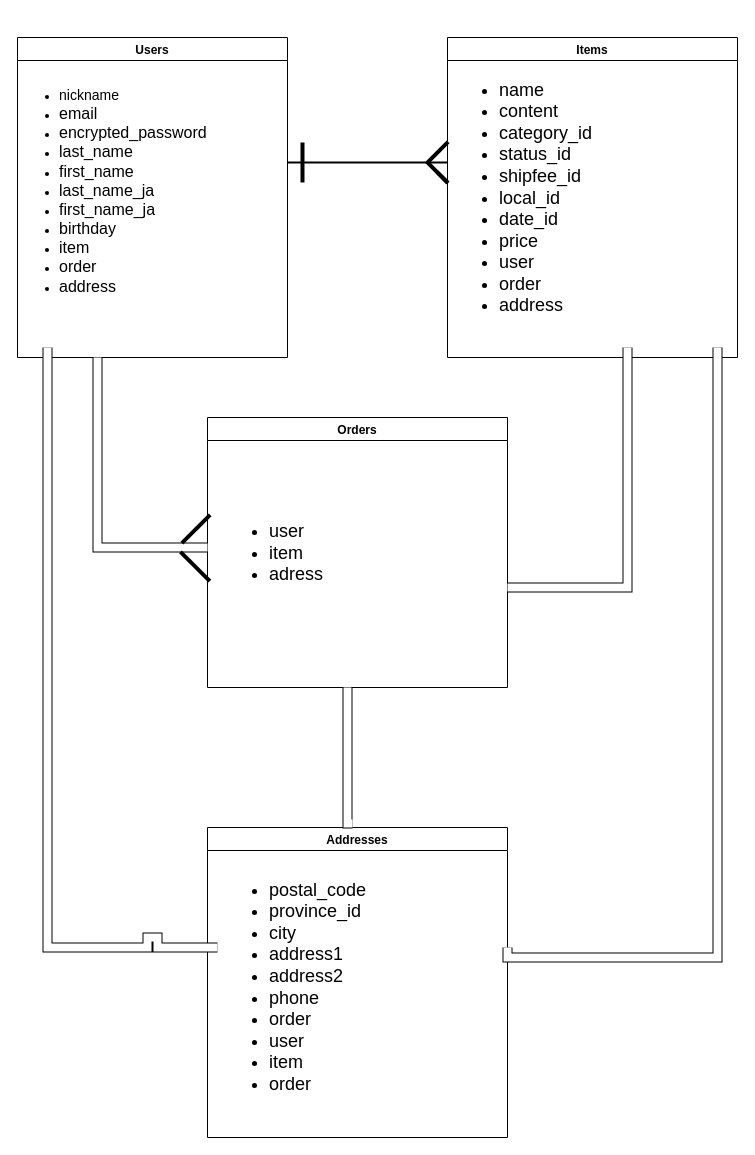
The draw.io diagram test.dio in ShoheiTakino/furima-37951, before the edit. Source tidied: cells renumbered, new cells numbered last; positions are measured from the earlier drawing's top-left corner, leaving out a move shared by most shapes. Both pictures are drawn from the tidied source at 100%, with x=0, y=0 at pixel (17, 17).
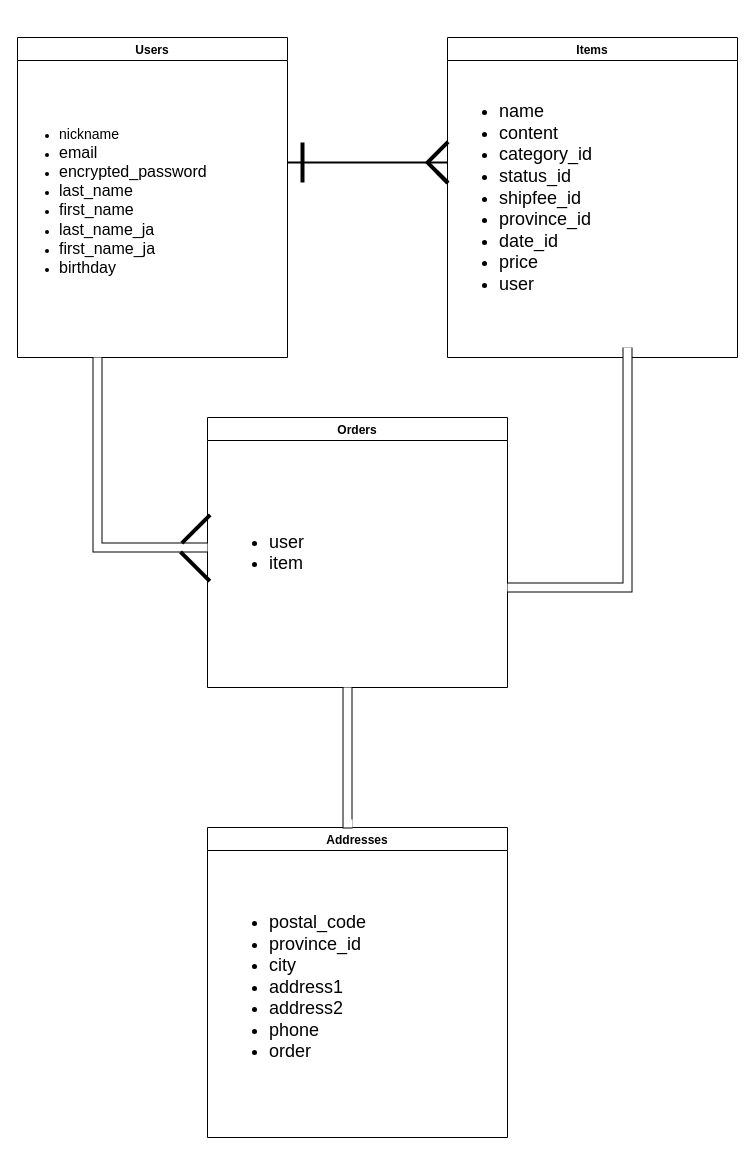
The same page after the edit.

Commit message (it also covers changes not shown here):
ER図とREADMEの編集

Unchanged cells that the change refers to:
```xml
<mxCell id="2" value="Users" style="swimlane;" parent="1" vertex="1">
  <mxGeometry y="20" width="270" height="320" as="geometry" />
</mxCell>
<mxCell id="4" value="Items" style="swimlane;" parent="1" vertex="1">
  <mxGeometry x="430" y="20" width="290" height="320" as="geometry" />
</mxCell>
<mxCell id="6" value="Orders" style="swimlane;" parent="1" vertex="1">
  <mxGeometry x="190" y="400" width="300" height="270" as="geometry" />
</mxCell>
<mxCell id="15" value="Addresses" style="swimlane;" parent="1" vertex="1">
  <mxGeometry x="190" y="810" width="300" height="310" as="geometry" />
</mxCell>
```

Change to the diagram source:
```diff
@@
-    <mxCell id="3" value="&lt;ul&gt;&lt;li&gt;&lt;span style=&quot;font-size: 14px&quot;&gt;nickname&lt;/span&gt;&lt;/li&gt;&lt;li&gt;&lt;font size=&quot;3&quot;&gt;email&lt;/font&gt;&lt;/li&gt;&lt;li&gt;&lt;font size=&quot;3&quot;&gt;encrypted_password&lt;/font&gt;&lt;/li&gt;&lt;li&gt;&lt;font size=&quot;3&quot;&gt;last_name&lt;/font&gt;&lt;/li&gt;&lt;li&gt;&lt;font size=&quot;3&quot;&gt;first_name&lt;/font&gt;&lt;/li&gt;&lt;li&gt;&lt;font size=&quot;3&quot;&gt;last_name_ja&lt;/font&gt;&lt;/li&gt;&lt;li&gt;&lt;font size=&quot;3&quot;&gt;first_name_ja&lt;/font&gt;&lt;/li&gt;&lt;li&gt;&lt;font size=&quot;3&quot;&gt;birthday&lt;/font&gt;&lt;/li&gt;&lt;li&gt;&lt;font size=&quot;3&quot;&gt;item&lt;/font&gt;&lt;/li&gt;&lt;li&gt;&lt;font size=&quot;3&quot;&gt;order&lt;/font&gt;&lt;/li&gt;&lt;li&gt;&lt;font size=&quot;3&quot;&gt;address&lt;/font&gt;&lt;/li&gt;&lt;/ul&gt;" style="text;strokeColor=none;fillColor=none;html=1;whiteSpace=wrap;verticalAlign=middle;overflow=hidden;" parent="2" vertex="1">
-      <mxGeometry y="7.5" width="240" height="292.5" as="geometry" />
+    <mxCell id="3" value="&lt;ul&gt;&lt;li&gt;&lt;span style=&quot;font-size: 14px&quot;&gt;nickname&lt;/span&gt;&lt;/li&gt;&lt;li&gt;&lt;font size=&quot;3&quot;&gt;email&lt;/font&gt;&lt;/li&gt;&lt;li&gt;&lt;font size=&quot;3&quot;&gt;encrypted_password&lt;/font&gt;&lt;/li&gt;&lt;li&gt;&lt;font size=&quot;3&quot;&gt;last_name&lt;/font&gt;&lt;/li&gt;&lt;li&gt;&lt;font size=&quot;3&quot;&gt;first_name&lt;/font&gt;&lt;/li&gt;&lt;li&gt;&lt;font size=&quot;3&quot;&gt;last_name_ja&lt;/font&gt;&lt;/li&gt;&lt;li&gt;&lt;font size=&quot;3&quot;&gt;first_name_ja&lt;/font&gt;&lt;/li&gt;&lt;li&gt;&lt;font size=&quot;3&quot;&gt;birthday&lt;/font&gt;&lt;/li&gt;&lt;/ul&gt;" style="text;strokeColor=none;fillColor=none;html=1;whiteSpace=wrap;verticalAlign=middle;overflow=hidden;" parent="2" vertex="1">
+      <mxGeometry y="7.5" width="240" height="312.5" as="geometry" />
     </mxCell>
@@
-    <mxCell id="5" value="&lt;div&gt;&lt;span style=&quot;font-size: 18px&quot;&gt;&lt;br&gt;&lt;/span&gt;&lt;/div&gt;&lt;ul style=&quot;font-size: 18px&quot;&gt;&lt;li&gt;name&lt;/li&gt;&lt;li&gt;content&lt;/li&gt;&lt;li&gt;category_id&lt;/li&gt;&lt;li&gt;status_id&lt;/li&gt;&lt;li&gt;shipfee_id&lt;/li&gt;&lt;li&gt;local_id&lt;/li&gt;&lt;li&gt;date_id&lt;/li&gt;&lt;li&gt;price&lt;/li&gt;&lt;li&gt;user&lt;/li&gt;&lt;li&gt;order&lt;/li&gt;&lt;li&gt;address&lt;/li&gt;&lt;/ul&gt;" style="text;strokeColor=none;fillColor=none;html=1;whiteSpace=wrap;verticalAlign=middle;overflow=hidden;" parent="4" vertex="1">
+    <mxCell id="5" value="&lt;div&gt;&lt;span style=&quot;font-size: 18px&quot;&gt;&lt;br&gt;&lt;/span&gt;&lt;/div&gt;&lt;ul style=&quot;font-size: 18px&quot;&gt;&lt;li&gt;name&lt;/li&gt;&lt;li&gt;content&lt;/li&gt;&lt;li&gt;category_id&lt;/li&gt;&lt;li&gt;status_id&lt;/li&gt;&lt;li&gt;shipfee_id&lt;/li&gt;&lt;li&gt;province_id&lt;/li&gt;&lt;li&gt;date_id&lt;/li&gt;&lt;li&gt;price&lt;/li&gt;&lt;li&gt;user&lt;/li&gt;&lt;/ul&gt;" style="text;strokeColor=none;fillColor=none;html=1;whiteSpace=wrap;verticalAlign=middle;overflow=hidden;" parent="4" vertex="1">
       <mxGeometry x="10" y="-20.3" width="240" height="340.3" as="geometry" />
     </mxCell>
@@
-    <mxCell id="7" value="&lt;div&gt;&lt;span style=&quot;font-size: 18px&quot;&gt;&lt;br&gt;&lt;/span&gt;&lt;/div&gt;&lt;ul style=&quot;font-size: 18px&quot;&gt;&lt;li&gt;user&lt;/li&gt;&lt;li&gt;item&lt;/li&gt;&lt;li&gt;adress&lt;/li&gt;&lt;/ul&gt;" style="text;strokeColor=none;fillColor=none;html=1;whiteSpace=wrap;verticalAlign=middle;overflow=hidden;" parent="6" vertex="1">
+    <mxCell id="7" value="&lt;div&gt;&lt;span style=&quot;font-size: 18px&quot;&gt;&lt;br&gt;&lt;/span&gt;&lt;/div&gt;&lt;ul style=&quot;font-size: 18px&quot;&gt;&lt;li&gt;user&lt;/li&gt;&lt;li&gt;item&lt;/li&gt;&lt;/ul&gt;" style="text;strokeColor=none;fillColor=none;html=1;whiteSpace=wrap;verticalAlign=middle;overflow=hidden;" parent="6" vertex="1">
       <mxGeometry x="20" y="20" width="240" height="210" as="geometry" />
     </mxCell>
@@
-    <mxCell id="16" value="&lt;ul style=&quot;font-size: 18px&quot;&gt;&lt;li&gt;postal_code&lt;/li&gt;&lt;li&gt;province_id&lt;/li&gt;&lt;li&gt;city&lt;/li&gt;&lt;li&gt;address1&lt;/li&gt;&lt;li&gt;address2&lt;/li&gt;&lt;li&gt;phone&lt;/li&gt;&lt;li&gt;order&lt;/li&gt;&lt;li&gt;user&lt;/li&gt;&lt;li&gt;item&lt;/li&gt;&lt;li&gt;order&lt;/li&gt;&lt;/ul&gt;" style="text;strokeColor=none;fillColor=none;html=1;whiteSpace=wrap;verticalAlign=middle;overflow=hidden;" parent="15" vertex="1">
+    <mxCell id="16" value="&lt;ul style=&quot;font-size: 18px&quot;&gt;&lt;li&gt;postal_code&lt;/li&gt;&lt;li&gt;province_id&lt;/li&gt;&lt;li&gt;city&lt;/li&gt;&lt;li&gt;address1&lt;/li&gt;&lt;li&gt;address2&lt;/li&gt;&lt;li&gt;phone&lt;/li&gt;&lt;li&gt;order&lt;/li&gt;&lt;/ul&gt;" style="text;strokeColor=none;fillColor=none;html=1;whiteSpace=wrap;verticalAlign=middle;overflow=hidden;" parent="15" vertex="1">
       <mxGeometry x="20" y="10" width="240" height="300" as="geometry" />
     </mxCell>
@@
-    <mxCell id="21" style="shape=filledEdge;rounded=0;fixDash=1;endArrow=none;strokeWidth=10;fillColor=#ffffff;edgeStyle=orthogonalEdgeStyle;fontSize=18;jumpSize=1;" parent="1" edge="1">
-      <mxGeometry relative="1" as="geometry">
-        <mxPoint x="200" y="930" as="sourcePoint" />
-        <mxPoint x="30" y="330" as="targetPoint" />
-        <Array as="points">
-          <mxPoint x="140" y="930" />
-          <mxPoint x="140" y="920" />
-          <mxPoint x="130" y="920" />
-          <mxPoint x="130" y="930" />
-          <mxPoint x="30" y="930" />
-        </Array>
-      </mxGeometry>
-    </mxCell>
-    <mxCell id="22" style="shape=filledEdge;rounded=0;fixDash=1;endArrow=none;strokeWidth=10;fillColor=#ffffff;edgeStyle=orthogonalEdgeStyle;fontSize=18;jumpSize=1;" parent="1" edge="1">
-      <mxGeometry relative="1" as="geometry">
-        <mxPoint x="490" y="930" as="sourcePoint" />
-        <mxPoint x="700" y="330" as="targetPoint" />
-        <Array as="points">
-          <mxPoint x="490" y="940" />
-          <mxPoint x="700" y="940" />
-        </Array>
-      </mxGeometry>
-    </mxCell>
```
